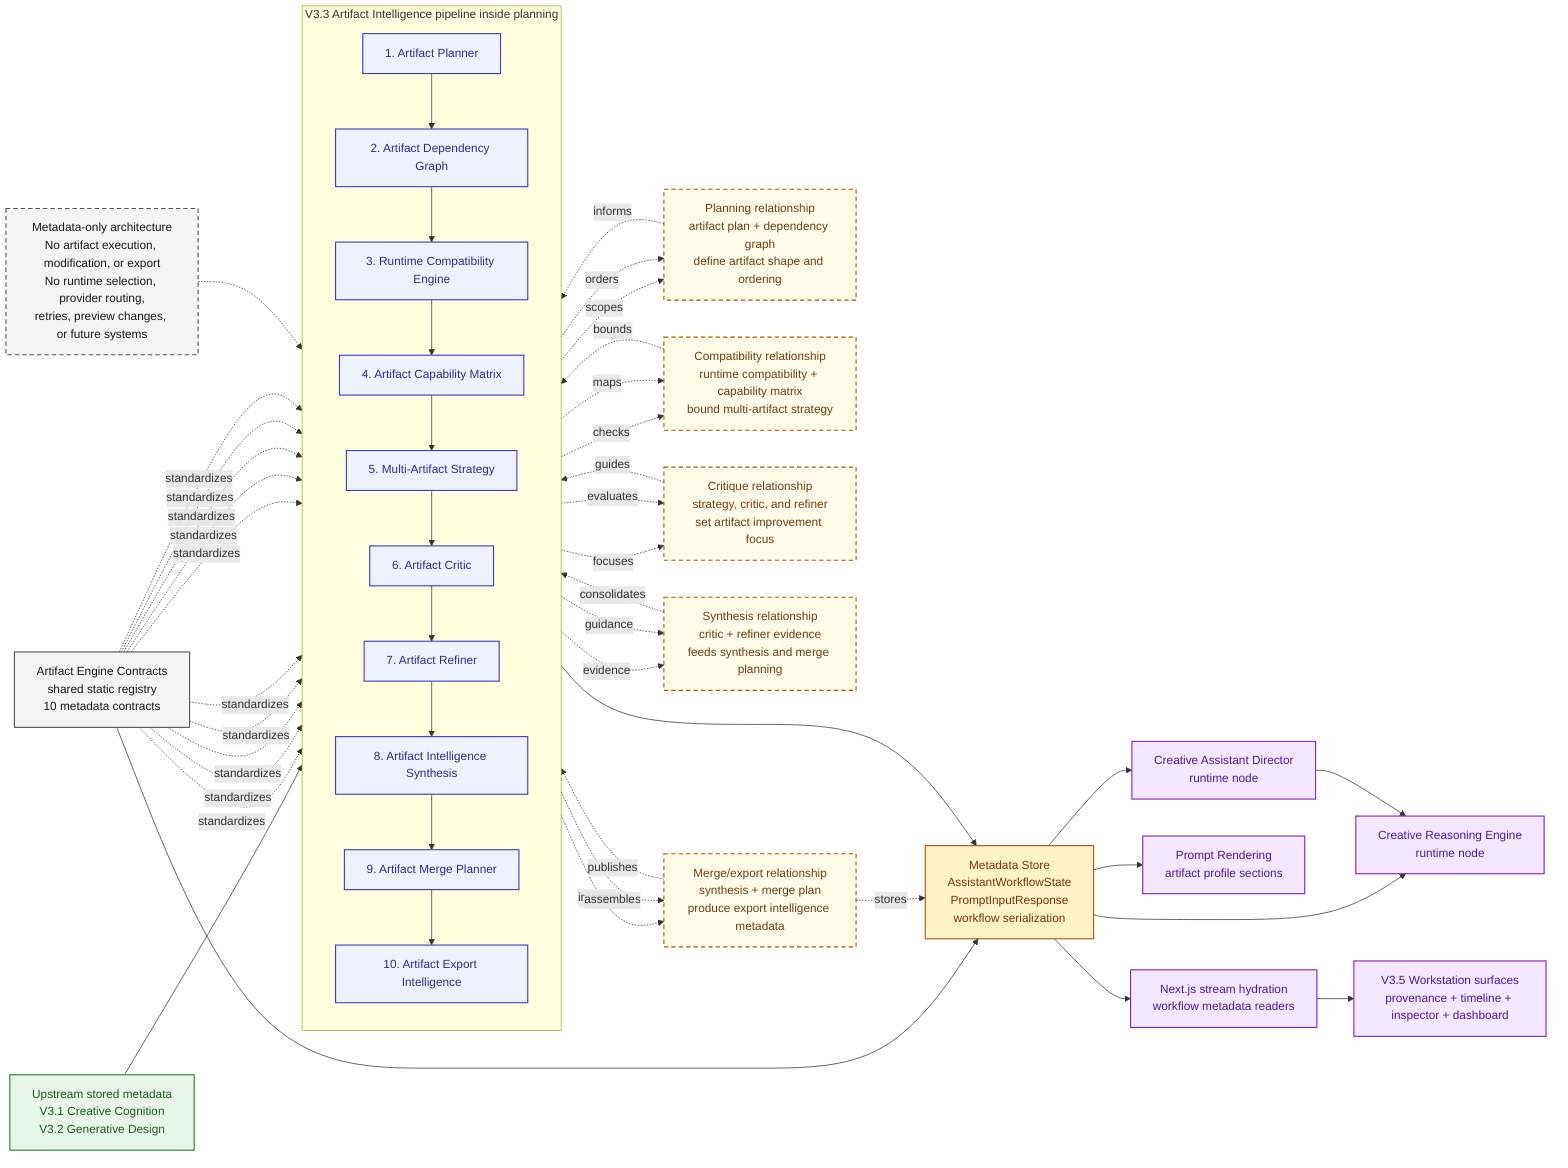
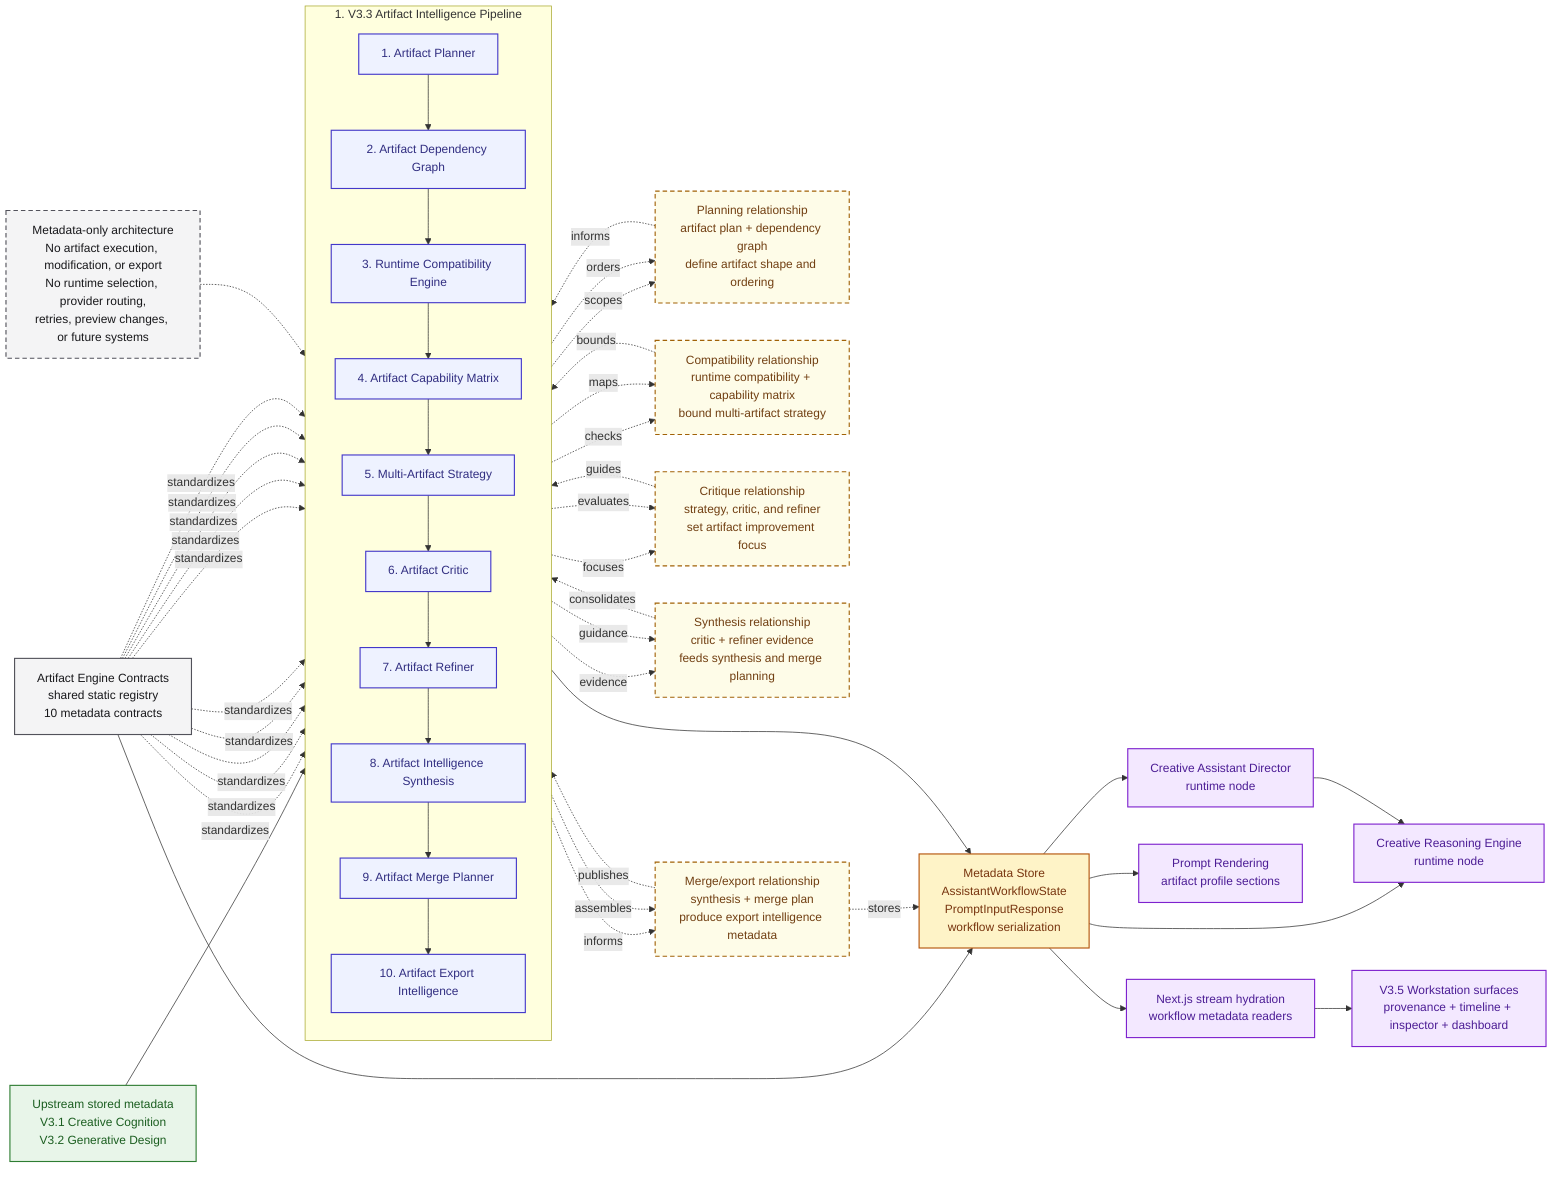
flowchart LR
    %% Class palette
    classDef upstream fill:#E8F5E9,stroke:#2E7D32,color:#1B5E20,stroke-width:1.5px;
    classDef artifact fill:#EEF2FF,stroke:#4338CA,color:#312E81,stroke-width:1.5px;
    classDef contract fill:#F4F4F5,stroke:#52525B,color:#18181B,stroke-width:1.5px;
    classDef store fill:#FEF3C7,stroke:#B45309,color:#78350F,stroke-width:1.5px;
    classDef consumer fill:#F3E8FF,stroke:#7E22CE,color:#4C1D95,stroke-width:1.5px;
    classDef note fill:#F4F4F5,stroke:#52525B,color:#18181B,stroke-width:1.5px,stroke-dasharray: 6 4;
    classDef relationship fill:#FEFCE8,stroke:#A16207,color:#713F12,stroke-width:1.5px,stroke-dasharray: 6 4;

    upstream["Upstream stored metadata<br/>V3.1 Creative Cognition<br/>V3.2 Generative Design"]:::upstream

    %% Artifact intelligence pipeline
-     subgraph artifact_stack["V3.3 Artifact Intelligence pipeline inside planning"]
+     subgraph artifact_stack["1. V3.3 Artifact Intelligence Pipeline"]
        direction TB
        planner["1. Artifact Planner"]:::artifact
        dependency["2. Artifact Dependency Graph"]:::artifact
        runtime["3. Runtime Compatibility Engine"]:::artifact
        capability["4. Artifact Capability Matrix"]:::artifact
        strategy["5. Multi-Artifact Strategy"]:::artifact
        critic["6. Artifact Critic"]:::artifact
        refiner["7. Artifact Refiner"]:::artifact
        synthesis["8. Artifact Intelligence Synthesis"]:::artifact
        merge["9. Artifact Merge Planner"]:::artifact
        export["10. Artifact Export Intelligence"]:::artifact
    end

    %% Shared contracts and consumers
    contracts["Artifact Engine Contracts<br/>shared static registry<br/>10 metadata contracts"]:::contract
    store["Metadata Store<br/>AssistantWorkflowState<br/>PromptInputResponse<br/>workflow serialization"]:::store
    director["Creative Assistant Director<br/>runtime node"]:::consumer
    reasoning["Creative Reasoning Engine<br/>runtime node"]:::consumer
    prompt["Prompt Rendering<br/>artifact profile sections"]:::consumer
    stream["Next.js stream hydration<br/>workflow metadata readers"]:::consumer
    workstation["V3.5 Workstation surfaces<br/>provenance + timeline + inspector + dashboard"]:::consumer
    note["Metadata-only architecture<br/>No artifact execution, modification, or export<br/>No runtime selection, provider routing,<br/>retries, preview changes, or future systems"]:::note
    planning_boundary["Planning relationship<br/>artifact plan + dependency graph<br/>define artifact shape and ordering"]:::relationship
    compatibility_boundary["Compatibility relationship<br/>runtime compatibility + capability matrix<br/>bound multi-artifact strategy"]:::relationship
    critique_boundary["Critique relationship<br/>strategy, critic, and refiner<br/>set artifact improvement focus"]:::relationship
    synthesis_boundary["Synthesis relationship<br/>critic + refiner evidence<br/>feeds synthesis and merge planning"]:::relationship
    export_boundary["Merge/export relationship<br/>synthesis + merge plan<br/>produce export intelligence metadata"]:::relationship

    %% Pipeline order
    upstream --> planner --> dependency --> runtime --> capability --> strategy --> critic --> refiner --> synthesis --> merge --> export

    %% Contract coverage
    contracts -. standardizes .-> planner
    contracts -. standardizes .-> dependency
    contracts -. standardizes .-> runtime
    contracts -. standardizes .-> capability
    contracts -. standardizes .-> strategy
    contracts -. standardizes .-> critic
    contracts -. standardizes .-> refiner
    contracts -. standardizes .-> synthesis
    contracts -. standardizes .-> merge
    contracts -. standardizes .-> export

    %% Metadata consumers
    export --> store
    contracts --> store
    store --> director
    store --> reasoning
    store --> prompt
    store --> stream
    stream --> workstation
    director --> reasoning
    note -.-> artifact_stack

    %% Relationship annotations
    planner -. scopes .-> planning_boundary
    dependency -. orders .-> planning_boundary
    planning_boundary -. informs .-> runtime
    runtime -. checks .-> compatibility_boundary
    capability -. maps .-> compatibility_boundary
    compatibility_boundary -. bounds .-> strategy
    strategy -. focuses .-> critique_boundary
    critic -. evaluates .-> critique_boundary
    critique_boundary -. guides .-> refiner
    critic -. evidence .-> synthesis_boundary
    refiner -. guidance .-> synthesis_boundary
    synthesis_boundary -. consolidates .-> synthesis
    synthesis -. informs .-> export_boundary
    merge -. assembles .-> export_boundary
    export_boundary -. publishes .-> export
    export_boundary -. stores .-> store
